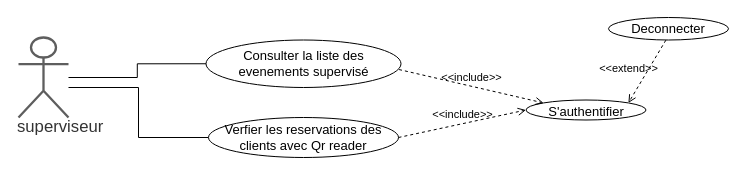
mohamedimem/event- keeps this draw.io diagram as Diagram de cas utilisation/3-portier_VF.drawio. Above is the earlier version. Source tidied: cells renumbered, new cells numbered last; positions are measured from the earlier drawing's top-left corner, leaving out a move shared by most shapes. Both pictures are drawn from the tidied source at 100%, with x=0, y=0 at pixel (18, 17).
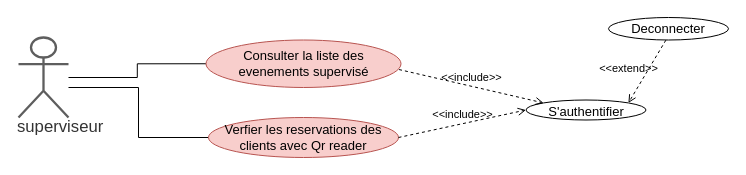
After the change.

Commit message:
Mettre à jour 3-portier_VF.drawio

Change to the diagram source:
```diff
@@
 <mxGraphModel>
   <root>
     <mxCell id="0" />
     <mxCell id="1" parent="0" />
     <mxCell id="2" value="superviseur" style="html=1;overflow=block;blockSpacing=1;shape=umlActor;labelPosition=center;verticalLabelPosition=bottom;verticalAlign=top;whiteSpace=nowrap;fontSize=16.7;fontColor=#333333;align=center;spacing=0;strokeColor=#5e5e5e;strokeOpacity=100;rounded=1;absoluteArcSize=1;arcSize=9;strokeWidth=2.3;lucidId=wAitfE4UTxwo;" parent="1" vertex="1">
       <mxGeometry y="20" width="50" height="80" as="geometry" />
     </mxCell>
     <mxCell id="3" style="edgeStyle=orthogonalEdgeStyle;rounded=0;jettySize=auto;html=1;exitX=0;exitY=0.5;exitDx=0;exitDy=0;endArrow=none;endFill=0;" parent="1" edge="1" source="4" target="2">
       <mxGeometry relative="1" as="geometry" />
     </mxCell>
-    <mxCell id="4" value="Consulter la liste des evenements supervisé" style="html=1;overflow=block;blockSpacing=1;whiteSpace=wrap;ellipse;fontSize=13;spacing=3.8;strokeColor=default;strokeOpacity=100;rounded=1;absoluteArcSize=1;arcSize=9;strokeWidth=1;lucidId=eDitzyq0~7Tt;" parent="1" vertex="1">
+    <mxCell id="4" value="Consulter la liste des evenements supervisé" style="html=1;overflow=block;blockSpacing=1;whiteSpace=wrap;ellipse;fontSize=13;spacing=3.8;strokeColor=#b85450;strokeOpacity=100;rounded=1;absoluteArcSize=1;arcSize=9;strokeWidth=1;lucidId=eDitzyq0~7Tt;fillColor=#f8cecc;" parent="1" vertex="1">
       <mxGeometry x="187.5" y="22.5" width="195" height="47.5" as="geometry" />
     </mxCell>
     <mxCell id="5" style="edgeStyle=orthogonalEdgeStyle;rounded=0;jettySize=auto;html=1;endArrow=none;endFill=0;" parent="1" edge="1" source="6">
       <mxGeometry relative="1" as="geometry">
         <mxPoint x="50" y="70" as="targetPoint" />
         <Array as="points">
           <mxPoint x="120" y="120" />
           <mxPoint x="120" y="70" />
         </Array>
       </mxGeometry>
     </mxCell>
-    <mxCell id="6" value="Verfier les reservations des clients avec Qr reader" style="html=1;overflow=block;blockSpacing=1;whiteSpace=wrap;ellipse;fontSize=13;spacing=3.8;strokeColor=default;strokeOpacity=100;rounded=1;absoluteArcSize=1;arcSize=9;strokeWidth=1;lucidId=tDitnoB0Gj56;" parent="1" vertex="1">
+    <mxCell id="6" value="Verfier les reservations des clients avec Qr reader" style="html=1;overflow=block;blockSpacing=1;whiteSpace=wrap;ellipse;fontSize=13;spacing=3.8;strokeColor=#b85450;strokeOpacity=100;rounded=1;absoluteArcSize=1;arcSize=9;strokeWidth=1;lucidId=tDitnoB0Gj56;fillColor=#f8cecc;" parent="1" vertex="1">
       <mxGeometry x="190" y="100" width="190" height="40" as="geometry" />
     </mxCell>
     <mxCell id="7" value="S'authentifier" style="html=1;overflow=block;blockSpacing=1;whiteSpace=wrap;ellipse;fontSize=13;spacing=3.8;strokeColor=default;strokeOpacity=100;rounded=1;absoluteArcSize=1;arcSize=9;strokeWidth=1;lucidId=XvitAHHM73nt;" parent="1" vertex="1">
       <mxGeometry x="507.5" y="82.5" width="120" height="20" as="geometry" />
     </mxCell>
     <mxCell id="8" value="Deconnecter" style="html=1;overflow=block;blockSpacing=1;whiteSpace=wrap;ellipse;fontSize=13;spacing=3.8;strokeColor=default;strokeOpacity=100;rounded=1;absoluteArcSize=1;arcSize=9;strokeWidth=1;lucidId=XvitmW9DInrr;" parent="1" vertex="1">
       <mxGeometry x="590" width="120" height="22.5" as="geometry" />
     </mxCell>
     <mxCell id="9" value="&amp;lt;&amp;lt;include&amp;gt;&amp;gt;" style="html=1;verticalAlign=bottom;labelBackgroundColor=none;endArrow=open;endFill=0;dashed=1;rounded=0;entryX=0;entryY=0;entryDx=0;entryDy=0;exitX=0.99;exitY=0.622;exitDx=0;exitDy=0;exitPerimeter=0;strokeColor=default;strokeWidth=1;" parent="1" edge="1" source="4" target="7">
       <mxGeometry relative="1" as="geometry" />
     </mxCell>
     <mxCell id="10" value="&amp;lt;&amp;lt;include&amp;gt;&amp;gt;" style="html=1;verticalAlign=bottom;labelBackgroundColor=none;endArrow=open;endFill=0;dashed=1;rounded=0;entryX=0;entryY=0.5;entryDx=0;entryDy=0;exitX=1;exitY=0.5;exitDx=0;exitDy=0;strokeColor=default;strokeWidth=1;" parent="1" edge="1" source="6" target="7">
       <mxGeometry relative="1" as="geometry" />
     </mxCell>
     <mxCell id="11" value="&amp;lt;&amp;lt;extend&amp;gt;&amp;gt;" style="html=1;verticalAlign=bottom;labelBackgroundColor=none;endArrow=open;endFill=0;dashed=1;rounded=0;entryX=1;entryY=0;entryDx=0;entryDy=0;strokeColor=default;strokeWidth=1;exitX=0.478;exitY=1.007;exitDx=0;exitDy=0;exitPerimeter=0;" parent="1" edge="1" source="8" target="7">
       <mxGeometry x="0.4" y="-13" relative="1" as="geometry" />
     </mxCell>
   </root>
 </mxGraphModel>
```
